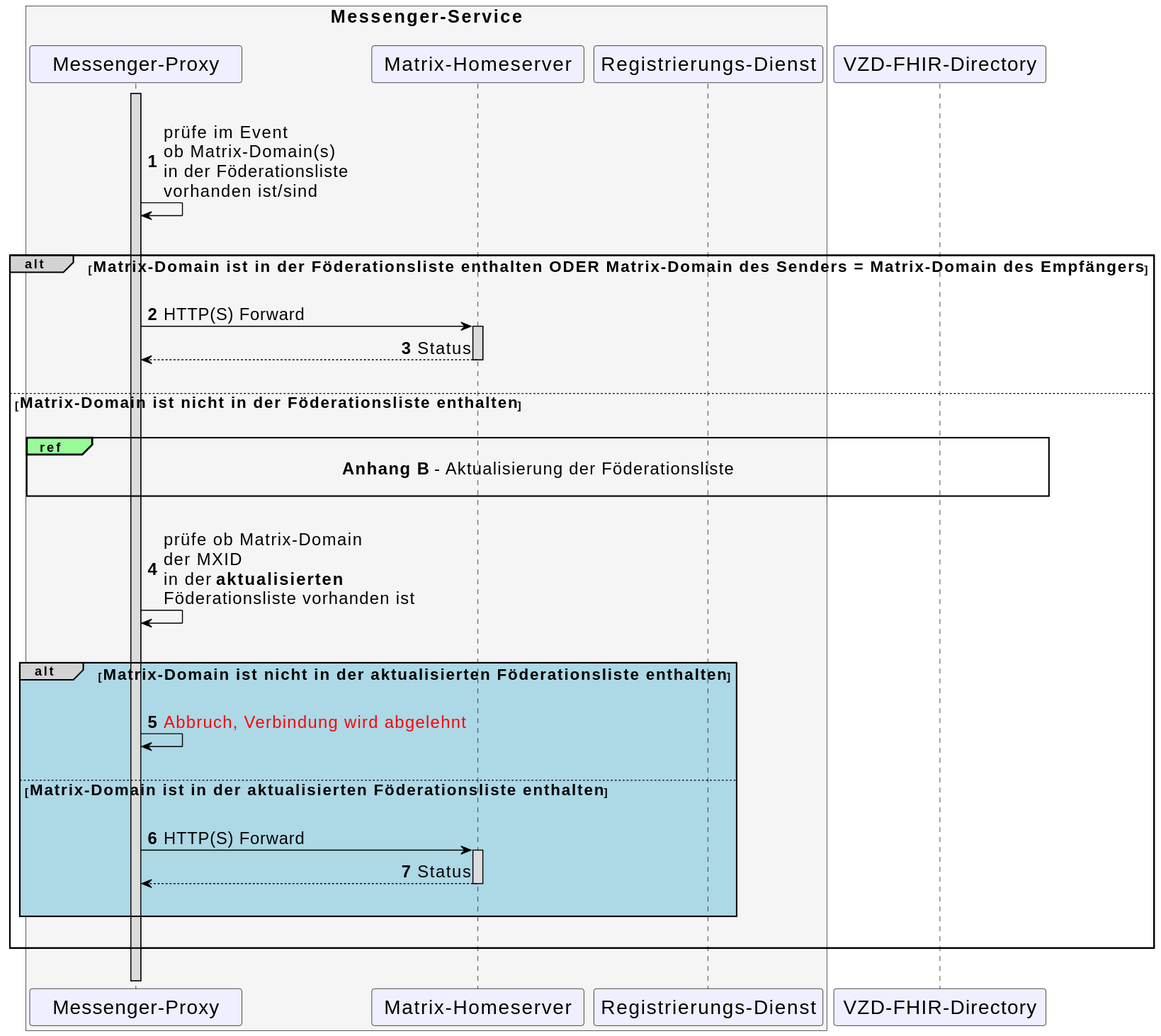
This is images/diagrams/TI-Messenger-Dienst/Ressourcen/UC_10064_Seq.svg from gematik/api-ti-messenger, a PlantUML export, as it was before one commit.
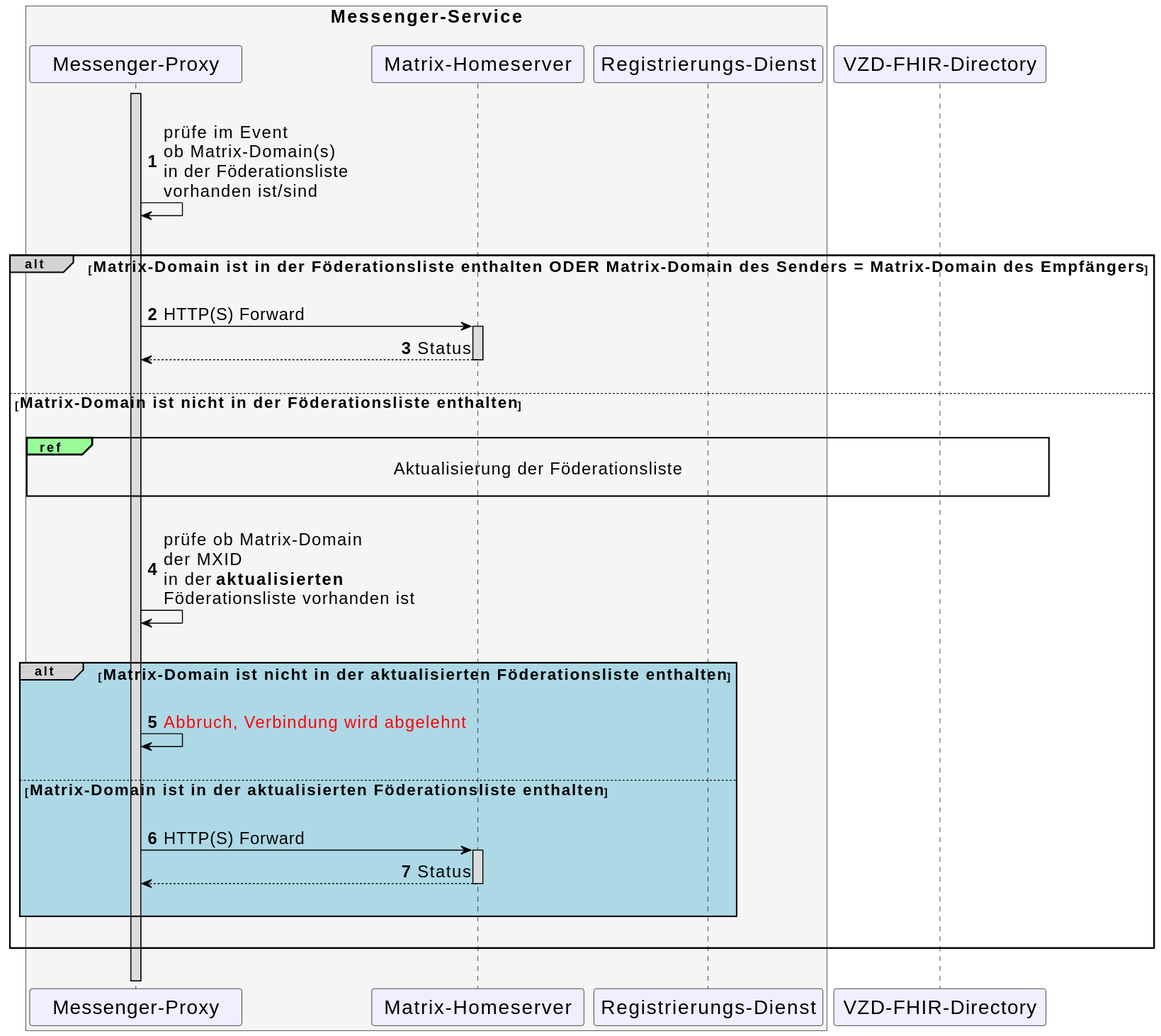
After the commit.

What changed in the source:
```diff
@@ -19,9 +19,6 @@
 ParticipantBorderColor Black
 ParticipantBackgroundColor MOTIVATION
 
-ActorBackgroundColor Gainsboro
-ActorFontColor black
-ActorFontSize 20
 }
 
 autonumber
@@ -49,7 +46,7 @@
 
   else <size:16>Matrix-Domain ist nicht in der Föderationsliste enthalten</size>
   |||
-  ref over MP, VZD: <size:17>**Anhang B** - Aktualisierung der Föderationsliste</size>\n
+  ref over MP, VZD: <size:17>Aktualisierung der Föderationsliste</size>\n
   |||
   MP->MP: prüfe ob Matrix-Domain \nder MXID \nin der **aktualisierten** \nFöderationsliste vorhanden ist
   |||
```
